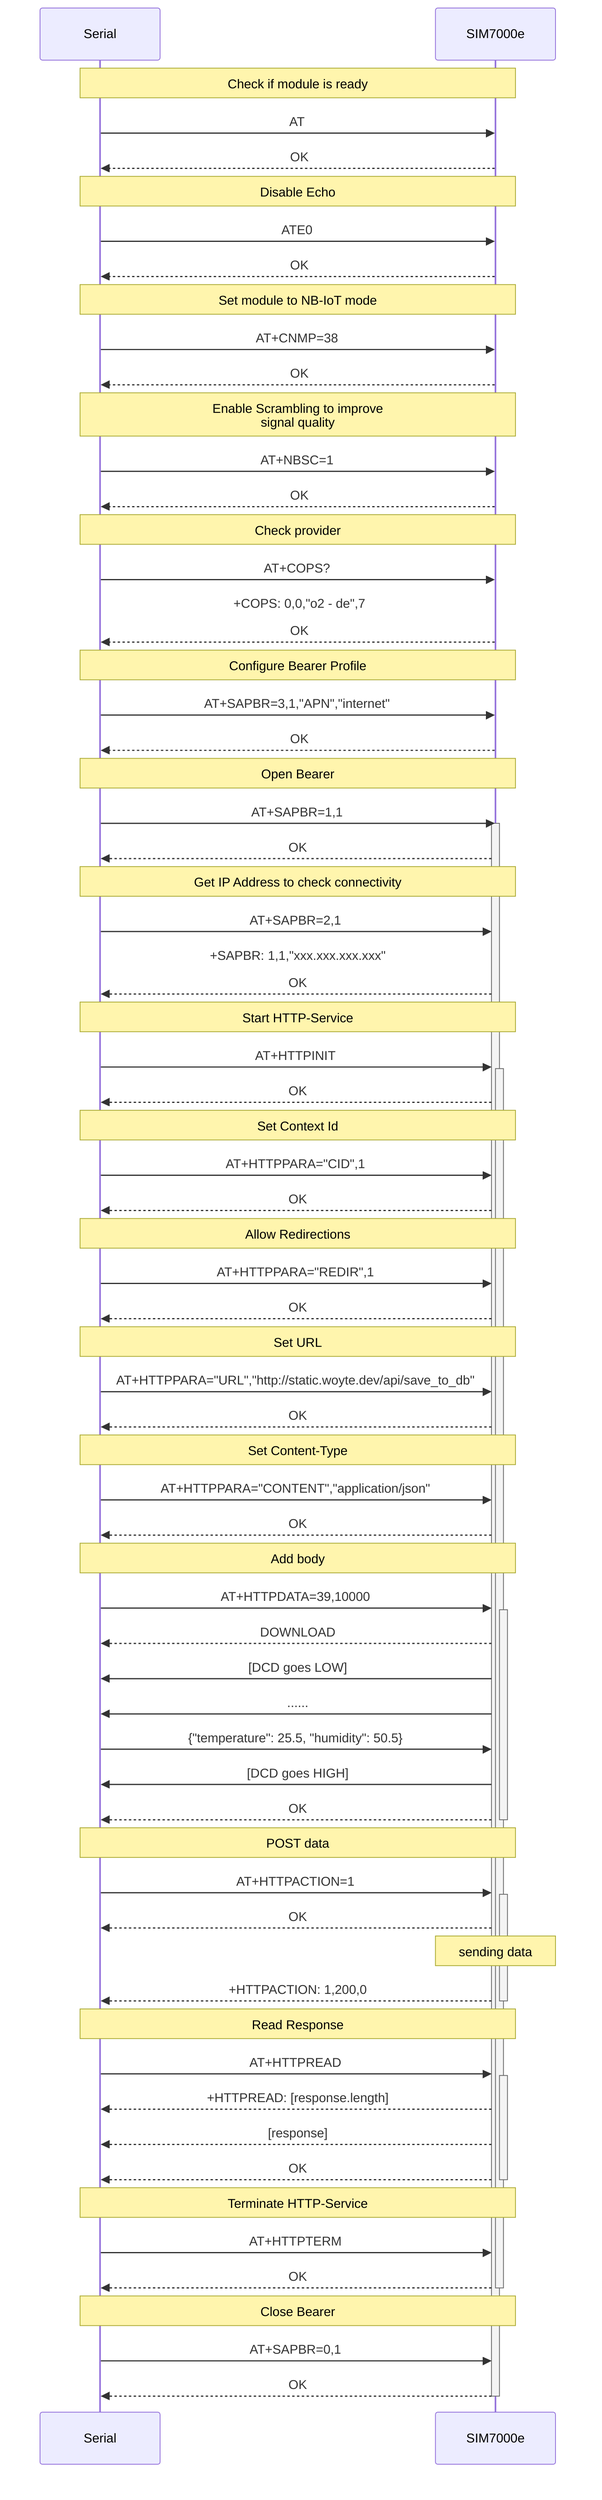
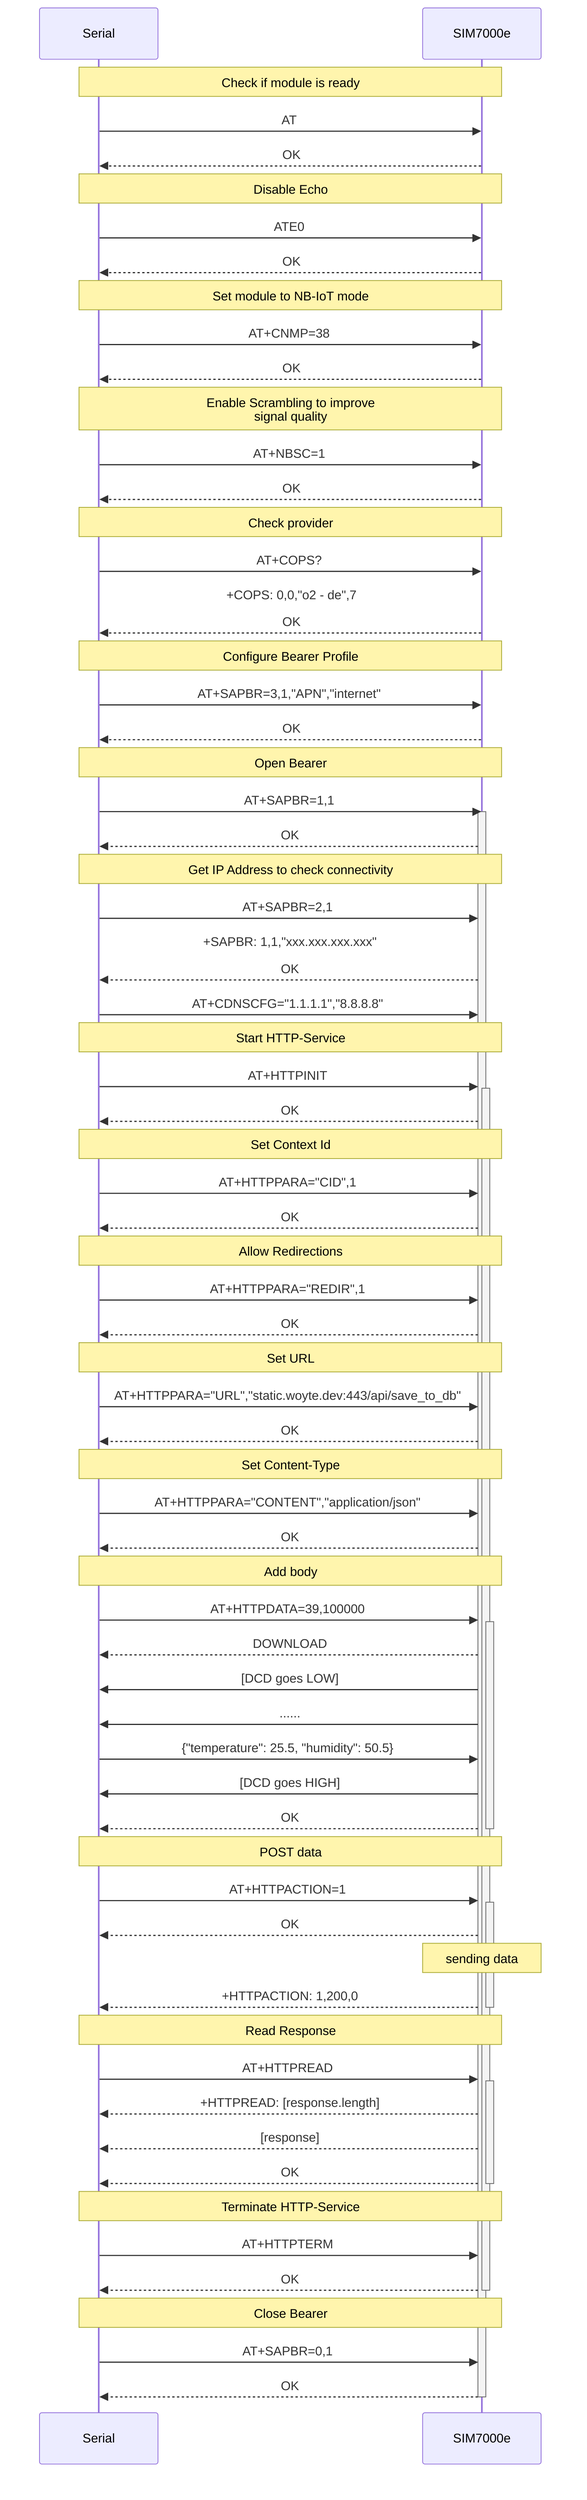
sequenceDiagram
    note over Serial,SIM7000e: Check if module is ready
    Serial->>SIM7000e: AT
    SIM7000e-->>Serial: OK

    note over Serial,SIM7000e: Disable Echo
    Serial->>SIM7000e: ATE0
    SIM7000e-->>Serial: OK

    note over Serial,SIM7000e: Set module to NB-IoT mode
    Serial->>SIM7000e: AT+CNMP=38
    SIM7000e-->>Serial: OK

    note over Serial,SIM7000e: Enable Scrambling to improve <br>signal quality
    Serial->>SIM7000e: AT+NBSC=1
    SIM7000e-->>Serial: OK

    note over Serial,SIM7000e: Check provider
    Serial->>SIM7000e: AT+COPS?
    SIM7000e-->>Serial: +COPS: 0,0,"o2 - de",7<br><br>OK

    note over Serial,SIM7000e: Configure Bearer Profile
    Serial->>SIM7000e: AT+SAPBR=3,1,"APN","internet"
    SIM7000e-->>Serial: OK

    note over Serial,SIM7000e: Open Bearer
    Serial->>SIM7000e: AT+SAPBR=1,1
    activate SIM7000e
    SIM7000e-->>Serial: OK

    note over Serial,SIM7000e: Get IP Address to check connectivity
    Serial->>SIM7000e: AT+SAPBR=2,1
    SIM7000e-->>Serial: +SAPBR: 1,1,"xxx.xxx.xxx.xxx"<br><br>OK

+     Serial->>SIM7000e: AT+CDNSCFG="1.1.1.1","8.8.8.8"
+ 
    note over Serial,SIM7000e: Start HTTP-Service
    Serial->>SIM7000e: AT+HTTPINIT
    activate SIM7000e
    SIM7000e-->>Serial: OK

    note over Serial,SIM7000e: Set Context Id
    Serial->>SIM7000e: AT+HTTPPARA="CID",1
    SIM7000e-->>Serial: OK

    note over Serial,SIM7000e: Allow Redirections
    Serial->>SIM7000e: AT+HTTPPARA="REDIR",1
    SIM7000e-->>Serial: OK

    note over Serial,SIM7000e: Set URL
-     Serial->>SIM7000e: AT+HTTPPARA="URL","http://static.woyte.dev/api/save_to_db"
+     Serial->>SIM7000e: AT+HTTPPARA="URL","static.woyte.dev:443/api/save_to_db"
    SIM7000e-->>Serial: OK

    note over Serial,SIM7000e: Set Content-Type
    Serial->>SIM7000e: AT+HTTPPARA="CONTENT","application/json"
    SIM7000e-->>Serial: OK

    note over Serial,SIM7000e: Add body
-     Serial->>+SIM7000e: AT+HTTPDATA=39,10000
+     Serial->>+SIM7000e: AT+HTTPDATA=39,100000
    SIM7000e-->>Serial: DOWNLOAD
    SIM7000e->>Serial: [DCD goes LOW]
    SIM7000e->>Serial: ......
    Serial->>SIM7000e: {"temperature": 25.5, "humidity": 50.5}
    SIM7000e->>Serial: [DCD goes HIGH]
    SIM7000e-->>-Serial: OK

    note over Serial,SIM7000e: POST data
    Serial->>+SIM7000e: AT+HTTPACTION=1
    SIM7000e-->>Serial: OK
    note over SIM7000e: sending data
    SIM7000e-->>-Serial: +HTTPACTION: 1,200,0

    note over Serial,SIM7000e: Read Response
    Serial->>+SIM7000e: AT+HTTPREAD
    SIM7000e-->>Serial: +HTTPREAD: [response.length]
    SIM7000e-->>Serial: [response]
    SIM7000e-->>-Serial: OK

    note over Serial,SIM7000e: Terminate HTTP-Service
    Serial->>SIM7000e: AT+HTTPTERM
    SIM7000e-->>Serial: OK
    deactivate SIM7000e

    note over Serial,SIM7000e: Close Bearer
    Serial->>SIM7000e: AT+SAPBR=0,1
    SIM7000e-->>Serial: OK
    deactivate SIM7000e